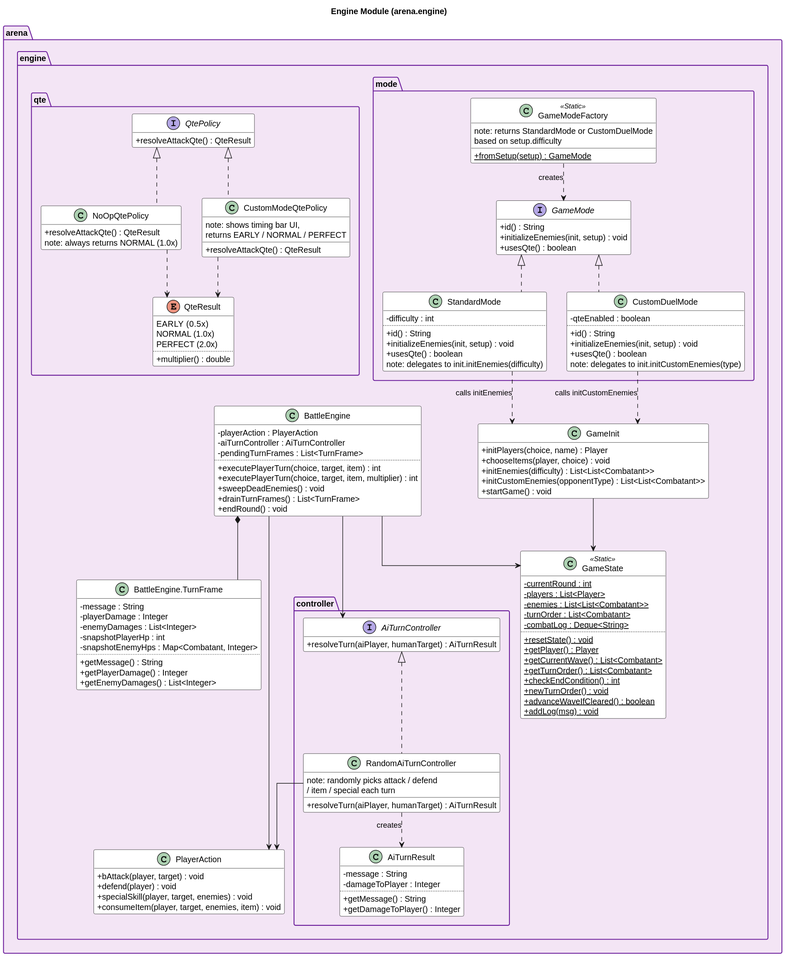
Above: newdiag/uml_engine.svg in YongzhangLiu/sc2002-combat-arena (PlantUML), before the change. Its diagram source:
```plantuml
@startuml
title Engine Module (arena.engine)

skinparam classAttributeIconSize 0
skinparam linetype ortho
skinparam class {
    BackgroundColor White
    BorderColor Black
}
skinparam package {
    BackgroundColor #F3E5F5
    BorderColor #6A1B9A
}

hide empty members

package "arena.engine" {

    class GameState <<Static>> {
        - {static} currentRound : int
        - {static} players : List<Player>
        - {static} enemies : List<List<Combatant>>
        - {static} turnOrder : List<Combatant>
        - {static} combatLog : Deque<String>
        ..
        + {static} resetState() : void
        + {static} getPlayer() : Player
        + {static} getCurrentWave() : List<Combatant>
        + {static} getTurnOrder() : List<Combatant>
        + {static} checkEndCondition() : int
        + {static} newTurnOrder() : void
        + {static} advanceWaveIfCleared() : boolean
        + {static} addLog(msg) : void
    }

    class BattleEngine {
        - playerAction : PlayerAction
        - aiTurnController : AiTurnController
        - pendingTurnFrames : List<TurnFrame>
        ..
        + executePlayerTurn(choice, target, item) : int
        + executePlayerTurn(choice, target, item, multiplier) : int
        + sweepDeadEnemies() : void
        + drainTurnFrames() : List<TurnFrame>
        + endRound() : void
    }

    class "BattleEngine.TurnFrame" as TurnFrame {
        - message : String
        - playerDamage : Integer
        - enemyDamages : List<Integer>
        - snapshotPlayerHp : int
        - snapshotEnemyHps : Map<Combatant, Integer>
        ..
        + getMessage() : String
        + getPlayerDamage() : Integer
        + getEnemyDamages() : List<Integer>
    }

    class PlayerAction {
        + bAttack(player, target) : void
        + defend(player) : void
        + specialSkill(player, target, enemies) : void
        + consumeItem(player, target, enemies, item) : void
    }

    class GameInit {
        + initPlayers(choice, name) : Player
        + chooseItems(player, choice) : void
        + initEnemies(difficulty) : List<List<Combatant>>
        + initCustomEnemies(opponentType) : List<List<Combatant>>
        + startGame() : void
    }
}

package "arena.engine.controller" {

    interface AiTurnController {
        + resolveTurn(aiPlayer, humanTarget) : AiTurnResult
    }

    class RandomAiTurnController {
        + resolveTurn(aiPlayer, humanTarget) : AiTurnResult
        note: randomly picks attack / defend\n/ item / special each turn
    }

    class AiTurnResult {
        - message : String
        - damageToPlayer : Integer
        ..
        + getMessage() : String
        + getDamageToPlayer() : Integer
    }
}

package "arena.engine.mode" {

    interface GameMode {
        + id() : String
        + initializeEnemies(init, setup) : void
        + usesQte() : boolean
    }

    class StandardMode {
        - difficulty : int
        ..
        + id() : String
        + initializeEnemies(init, setup) : void
        + usesQte() : boolean
        note: delegates to init.initEnemies(difficulty)
    }

    class CustomDuelMode {
        - qteEnabled : boolean
        ..
        + id() : String
        + initializeEnemies(init, setup) : void
        + usesQte() : boolean
        note: delegates to init.initCustomEnemies(type)
    }

    class GameModeFactory <<Static>> {
        + {static} fromSetup(setup) : GameMode
        note: returns StandardMode or CustomDuelMode\nbased on setup.difficulty
    }
}

package "arena.engine.qte" {

    interface QtePolicy {
        + resolveAttackQte() : QteResult
    }

    class NoOpQtePolicy {
        + resolveAttackQte() : QteResult
        note: always returns NORMAL (1.0x)
    }

    class CustomModeQtePolicy {
        + resolveAttackQte() : QteResult
        note: shows timing bar UI,\nreturns EARLY / NORMAL / PERFECT
    }

    enum QteResult {
        EARLY  (0.5x)
        NORMAL (1.0x)
        PERFECT (2.0x)
        ..
        + multiplier() : double
    }
}

BattleEngine  -->  PlayerAction
BattleEngine  -->  GameState
BattleEngine  -->  AiTurnController
BattleEngine  *--  TurnFrame
GameInit      -->  GameState

AiTurnController  <|..  RandomAiTurnController
RandomAiTurnController  -->  PlayerAction
RandomAiTurnController  ..>  AiTurnResult : creates

GameMode   <|..  StandardMode
GameMode   <|..  CustomDuelMode
GameModeFactory  ..>  GameMode : creates

QtePolicy  <|..  NoOpQtePolicy
QtePolicy  <|..  CustomModeQtePolicy
CustomModeQtePolicy  ..>  QteResult
NoOpQtePolicy        ..>  QteResult

StandardMode   ..>  GameInit : calls initEnemies
CustomDuelMode ..>  GameInit : calls initCustomEnemies
@enduml
```
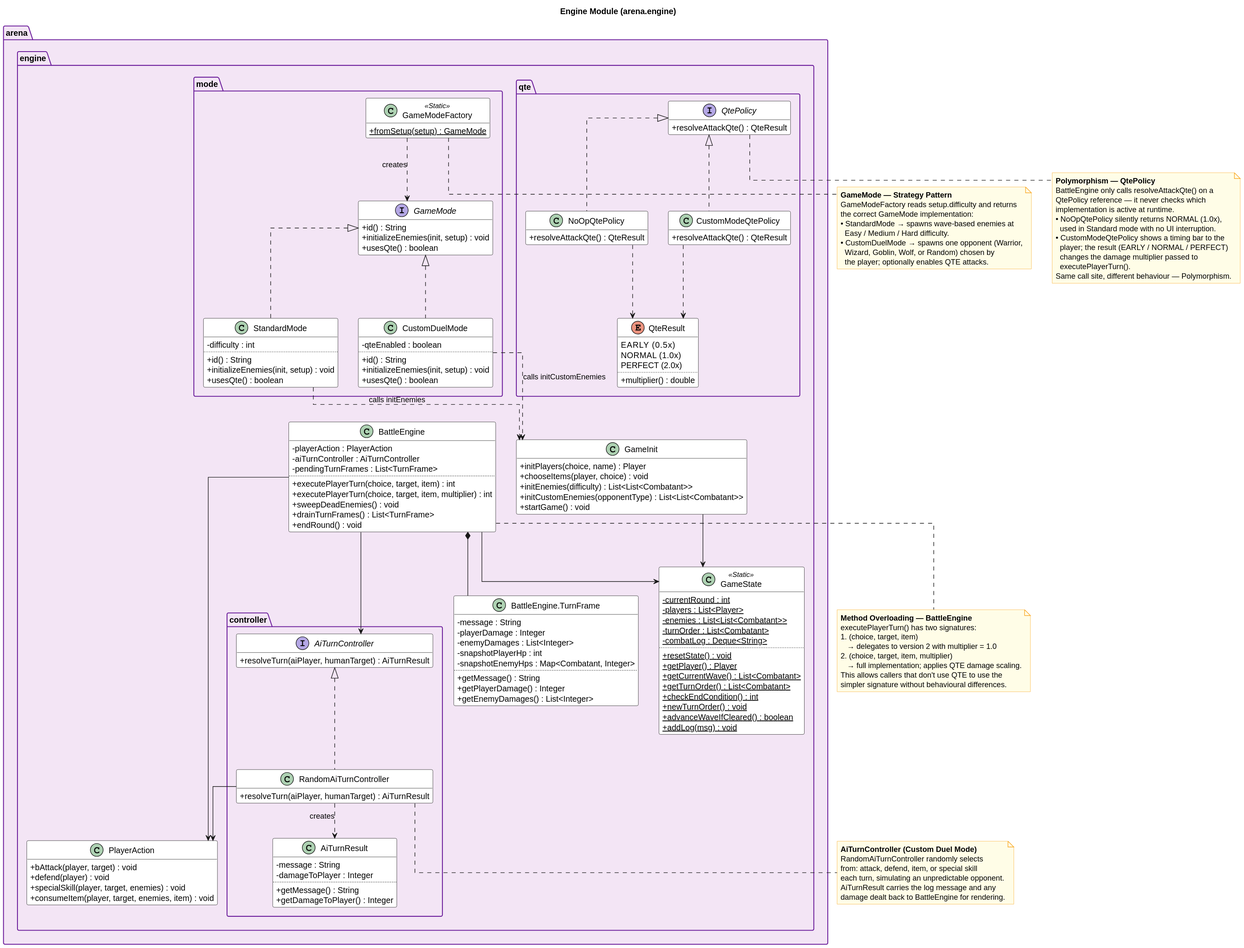
After the commit.

Change to the diagram source:
```diff
@@ -10,6 +10,10 @@
 skinparam package {
     BackgroundColor #F3E5F5
     BorderColor #6A1B9A
+}
+skinparam note {
+    BackgroundColor #FFFDE7
+    BorderColor #F9A825
 }
 
 hide empty members
@@ -73,6 +77,18 @@
     }
 }
 
+note as N_OVERLOAD #FFFDE7
+  <b>Method Overloading — BattleEngine</b>
+  executePlayerTurn() has two signatures:
+  1. (choice, target, item)
+     → delegates to version 2 with multiplier = 1.0
+  2. (choice, target, item, multiplier)
+     → full implementation; applies QTE damage scaling.
+  This allows callers that don't use QTE to use the
+  simpler signature without behavioural differences.
+end note
+BattleEngine .. N_OVERLOAD
+
 package "arena.engine.controller" {
 
     interface AiTurnController {
@@ -81,7 +97,6 @@
 
     class RandomAiTurnController {
         + resolveTurn(aiPlayer, humanTarget) : AiTurnResult
-        note: randomly picks attack / defend\n/ item / special each turn
     }
 
     class AiTurnResult {
@@ -92,6 +107,16 @@
         + getDamageToPlayer() : Integer
     }
 }
+
+note as N_AI #FFFDE7
+  <b>AiTurnController (Custom Duel Mode)</b>
+  RandomAiTurnController randomly selects
+  from: attack, defend, item, or special skill
+  each turn, simulating an unpredictable opponent.
+  AiTurnResult carries the log message and any
+  damage dealt back to BattleEngine for rendering.
+end note
+RandomAiTurnController .. N_AI
 
 package "arena.engine.mode" {
 
@@ -107,7 +132,6 @@
         + id() : String
         + initializeEnemies(init, setup) : void
         + usesQte() : boolean
-        note: delegates to init.initEnemies(difficulty)
     }
 
     class CustomDuelMode {
@@ -116,14 +140,24 @@
         + id() : String
         + initializeEnemies(init, setup) : void
         + usesQte() : boolean
-        note: delegates to init.initCustomEnemies(type)
     }
 
     class GameModeFactory <<Static>> {
         + {static} fromSetup(setup) : GameMode
-        note: returns StandardMode or CustomDuelMode\nbased on setup.difficulty
     }
 }
+
+note as N_MODE #FFFDE7
+  <b>GameMode — Strategy Pattern</b>
+  GameModeFactory reads setup.difficulty and returns
+  the correct GameMode implementation:
+  • StandardMode → spawns wave-based enemies at
+    Easy / Medium / Hard difficulty.
+  • CustomDuelMode → spawns one opponent (Warrior,
+    Wizard, Goblin, Wolf, or Random) chosen by
+    the player; optionally enables QTE attacks.
+end note
+GameModeFactory .. N_MODE
 
 package "arena.engine.qte" {
 
@@ -133,22 +167,35 @@
 
     class NoOpQtePolicy {
         + resolveAttackQte() : QteResult
-        note: always returns NORMAL (1.0x)
     }
 
     class CustomModeQtePolicy {
         + resolveAttackQte() : QteResult
-        note: shows timing bar UI,\nreturns EARLY / NORMAL / PERFECT
     }
 
     enum QteResult {
-        EARLY  (0.5x)
-        NORMAL (1.0x)
+        EARLY   (0.5x)
+        NORMAL  (1.0x)
         PERFECT (2.0x)
         ..
         + multiplier() : double
     }
 }
+
+note as N_QTE #FFFDE7
+  <b>Polymorphism — QtePolicy</b>
+  BattleEngine only calls resolveAttackQte() on a
+  QtePolicy reference — it never checks which
+  implementation is active at runtime.
+  • NoOpQtePolicy silently returns NORMAL (1.0x),
+    used in Standard mode with no UI interruption.
+  • CustomModeQtePolicy shows a timing bar to the
+    player; the result (EARLY / NORMAL / PERFECT)
+    changes the damage multiplier passed to
+    executePlayerTurn().
+  Same call site, different behaviour — Polymorphism.
+end note
+QtePolicy .. N_QTE
 
 BattleEngine  -->  PlayerAction
 BattleEngine  -->  GameState
@@ -156,18 +203,18 @@
 BattleEngine  *--  TurnFrame
 GameInit      -->  GameState
 
-AiTurnController  <|..  RandomAiTurnController
-RandomAiTurnController  -->  PlayerAction
-RandomAiTurnController  ..>  AiTurnResult : creates
+AiTurnController       <|..  RandomAiTurnController
+RandomAiTurnController -->   PlayerAction
+RandomAiTurnController ..>   AiTurnResult : creates
 
-GameMode   <|..  StandardMode
-GameMode   <|..  CustomDuelMode
-GameModeFactory  ..>  GameMode : creates
+GameMode        <|..  StandardMode
+GameMode        <|..  CustomDuelMode
+GameModeFactory ..>   GameMode : creates
 
-QtePolicy  <|..  NoOpQtePolicy
-QtePolicy  <|..  CustomModeQtePolicy
-CustomModeQtePolicy  ..>  QteResult
-NoOpQtePolicy        ..>  QteResult
+QtePolicy       <|..  NoOpQtePolicy
+QtePolicy       <|..  CustomModeQtePolicy
+CustomModeQtePolicy ..>  QteResult
+NoOpQtePolicy       ..>  QteResult
 
 StandardMode   ..>  GameInit : calls initEnemies
 CustomDuelMode ..>  GameInit : calls initCustomEnemies
```
